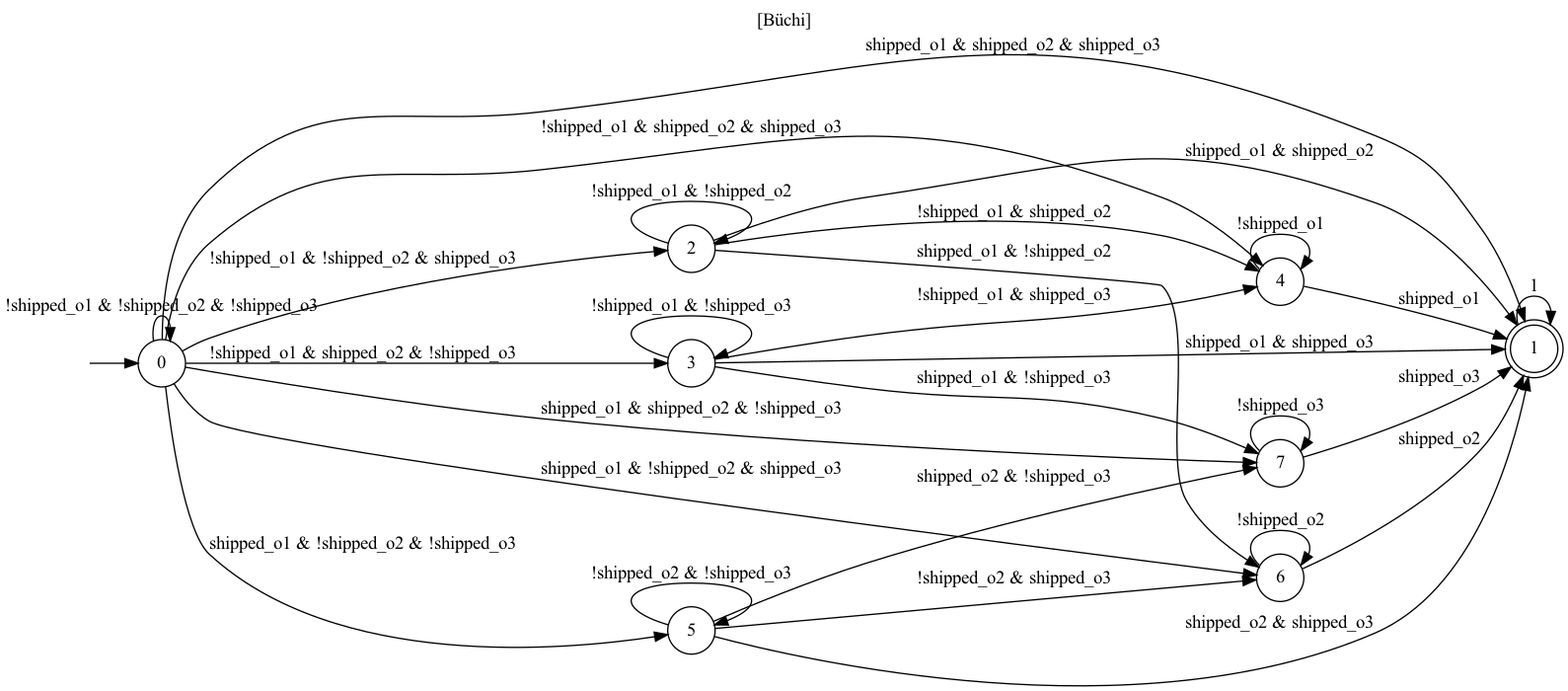
YuliiaSuprun/Task-Planning-with-TEGs keeps this Graphviz diagram as a03_pddl_dfa.png. Above is the earlier version. Its source is kept beside it as a03_pddl_dfa.dot.
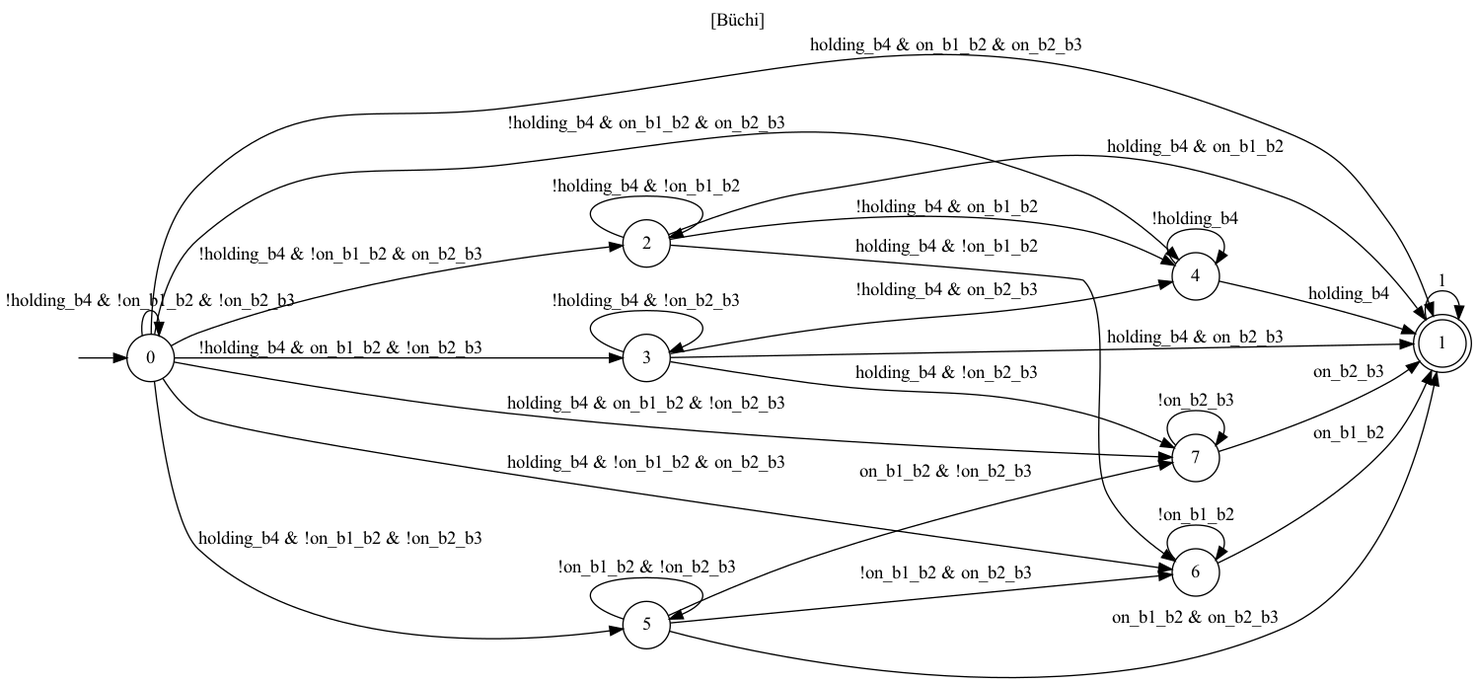
Above is the later version.

The edit, as a diff of the source:
```diff
@@ -6,38 +6,38 @@
   I [label="", style=invis, width=0]
   I -> 0
   0 [label="0"]
-  0 -> 0 [label="!shipped_o1 & !shipped_o2 & !shipped_o3"]
-  0 -> 1 [label="shipped_o1 & shipped_o2 & shipped_o3"]
-  0 -> 2 [label="!shipped_o1 & !shipped_o2 & shipped_o3"]
-  0 -> 3 [label="!shipped_o1 & shipped_o2 & !shipped_o3"]
-  0 -> 4 [label="!shipped_o1 & shipped_o2 & shipped_o3"]
-  0 -> 5 [label="shipped_o1 & !shipped_o2 & !shipped_o3"]
-  0 -> 6 [label="shipped_o1 & !shipped_o2 & shipped_o3"]
-  0 -> 7 [label="shipped_o1 & shipped_o2 & !shipped_o3"]
+  0 -> 0 [label="!holding_b4 & !on_b1_b2 & !on_b2_b3"]
+  0 -> 1 [label="holding_b4 & on_b1_b2 & on_b2_b3"]
+  0 -> 2 [label="!holding_b4 & !on_b1_b2 & on_b2_b3"]
+  0 -> 3 [label="!holding_b4 & on_b1_b2 & !on_b2_b3"]
+  0 -> 4 [label="!holding_b4 & on_b1_b2 & on_b2_b3"]
+  0 -> 5 [label="holding_b4 & !on_b1_b2 & !on_b2_b3"]
+  0 -> 6 [label="holding_b4 & !on_b1_b2 & on_b2_b3"]
+  0 -> 7 [label="holding_b4 & on_b1_b2 & !on_b2_b3"]
   1 [label="1", peripheries=2]
   1 -> 1 [label="1"]
   2 [label="2"]
-  2 -> 1 [label="shipped_o1 & shipped_o2"]
-  2 -> 2 [label="!shipped_o1 & !shipped_o2"]
-  2 -> 4 [label="!shipped_o1 & shipped_o2"]
-  2 -> 6 [label="shipped_o1 & !shipped_o2"]
+  2 -> 1 [label="holding_b4 & on_b1_b2"]
+  2 -> 2 [label="!holding_b4 & !on_b1_b2"]
+  2 -> 4 [label="!holding_b4 & on_b1_b2"]
+  2 -> 6 [label="holding_b4 & !on_b1_b2"]
   3 [label="3"]
-  3 -> 1 [label="shipped_o1 & shipped_o3"]
-  3 -> 3 [label="!shipped_o1 & !shipped_o3"]
-  3 -> 4 [label="!shipped_o1 & shipped_o3"]
-  3 -> 7 [label="shipped_o1 & !shipped_o3"]
+  3 -> 1 [label="holding_b4 & on_b2_b3"]
+  3 -> 3 [label="!holding_b4 & !on_b2_b3"]
+  3 -> 4 [label="!holding_b4 & on_b2_b3"]
+  3 -> 7 [label="holding_b4 & !on_b2_b3"]
   4 [label="4"]
-  4 -> 1 [label="shipped_o1"]
-  4 -> 4 [label="!shipped_o1"]
+  4 -> 1 [label="holding_b4"]
+  4 -> 4 [label="!holding_b4"]
   5 [label="5"]
-  5 -> 1 [label="shipped_o2 & shipped_o3"]
-  5 -> 5 [label="!shipped_o2 & !shipped_o3"]
-  5 -> 6 [label="!shipped_o2 & shipped_o3"]
-  5 -> 7 [label="shipped_o2 & !shipped_o3"]
+  5 -> 1 [label="on_b1_b2 & on_b2_b3"]
+  5 -> 5 [label="!on_b1_b2 & !on_b2_b3"]
+  5 -> 6 [label="!on_b1_b2 & on_b2_b3"]
+  5 -> 7 [label="on_b1_b2 & !on_b2_b3"]
   6 [label="6"]
-  6 -> 1 [label="shipped_o2"]
-  6 -> 6 [label="!shipped_o2"]
+  6 -> 1 [label="on_b1_b2"]
+  6 -> 6 [label="!on_b1_b2"]
   7 [label="7"]
-  7 -> 1 [label="shipped_o3"]
-  7 -> 7 [label="!shipped_o3"]
+  7 -> 1 [label="on_b2_b3"]
+  7 -> 7 [label="!on_b2_b3"]
 }
```
